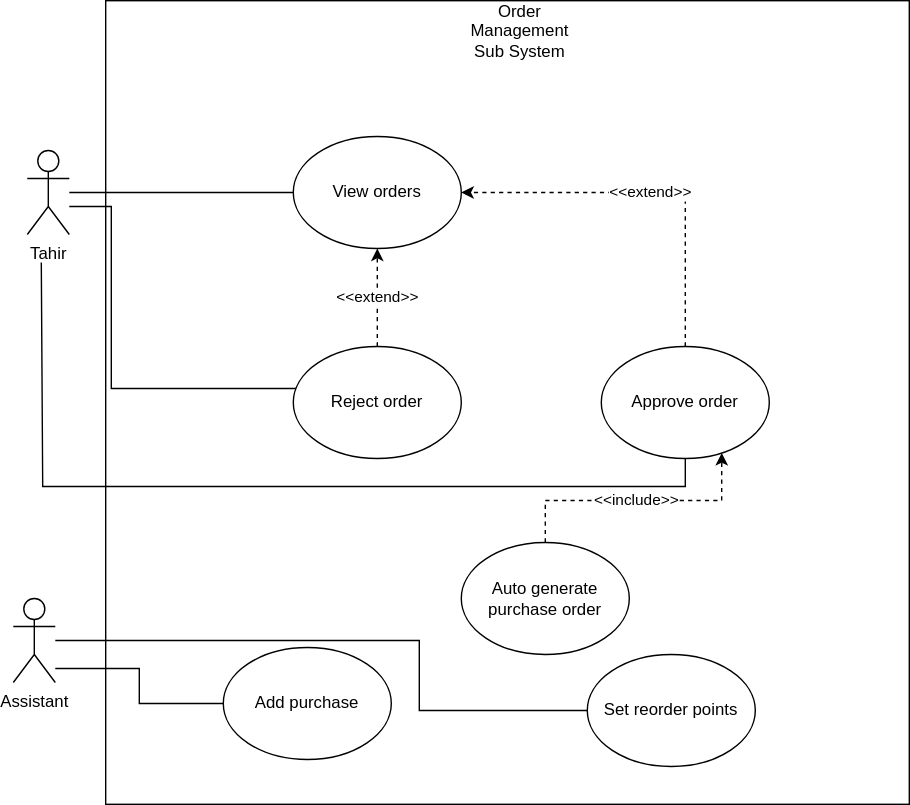
Simamkele88/IFM3_GP keeps this draw.io diagram as order.svg. Above is the earlier version. Source tidied: cells renumbered, new cells last; positions are measured from the earlier drawing's top-left corner, leaving out a move shared by most shapes.
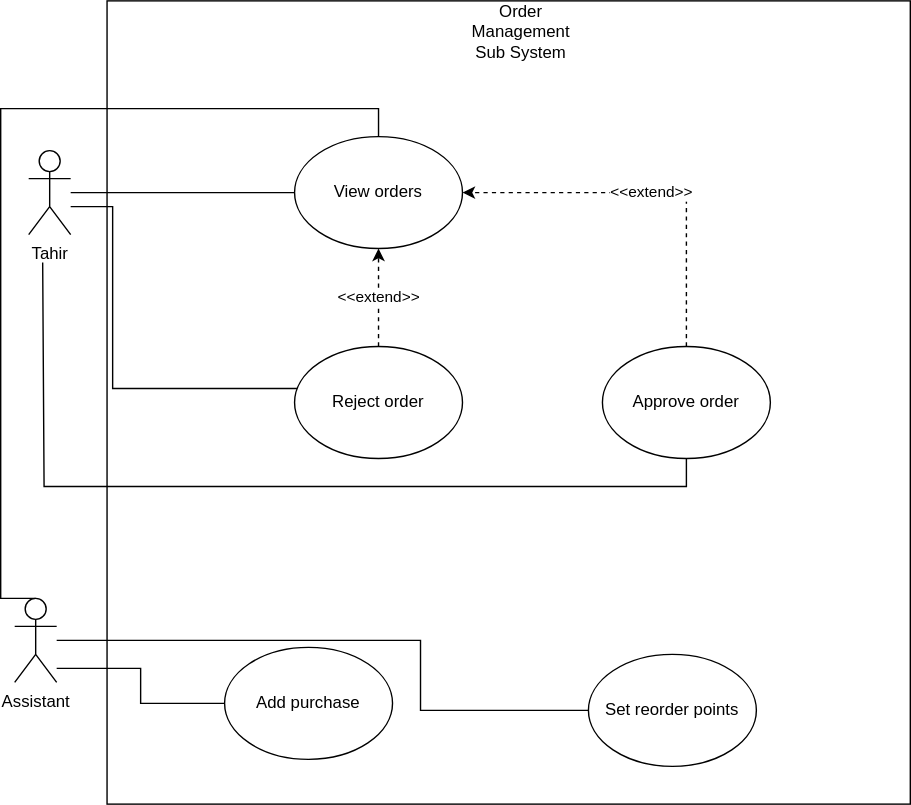
After the commit.

Change to the diagram source:
```diff
@@ -41,9 +41,6 @@
     <mxCell id="9" value="Approve order" style="ellipse;whiteSpace=wrap;html=1;" parent="1" vertex="1">
       <mxGeometry x="420" y="247" width="120" height="80" as="geometry" />
     </mxCell>
-    <mxCell id="10" value="Auto generate purchase order" style="ellipse;whiteSpace=wrap;html=1;" parent="1" vertex="1">
-      <mxGeometry x="320" y="387" width="120" height="80" as="geometry" />
-    </mxCell>
     <mxCell id="11" value="Order Management Sub System" style="text;html=1;align=center;verticalAlign=middle;whiteSpace=wrap;rounded=0;" parent="1" vertex="1">
       <mxGeometry x="332" y="7" width="60" height="30" as="geometry" />
     </mxCell>
@@ -53,9 +50,6 @@
     <mxCell id="13" value="Tahir" style="shape=umlActor;verticalLabelPosition=bottom;verticalAlign=top;html=1;outlineConnect=0;" parent="1" vertex="1">
       <mxGeometry x="10" y="107" width="30" height="60" as="geometry" />
     </mxCell>
-    <mxCell id="14" value="&amp;lt;&amp;lt;include&amp;gt;&amp;gt;" style="edgeStyle=orthogonalEdgeStyle;rounded=0;jettySize=auto;html=1;entryX=0.717;entryY=0.95;entryDx=0;entryDy=0;entryPerimeter=0;dashed=1;" parent="1" edge="1" source="10" target="9">
-      <mxGeometry relative="1" as="geometry" />
-    </mxCell>
     <mxCell id="15" style="edgeStyle=orthogonalEdgeStyle;rounded=0;jettySize=auto;html=1;entryX=0;entryY=0.5;entryDx=0;entryDy=0;endArrow=none;startFill=0;" parent="1" edge="1" source="17" target="19">
       <mxGeometry relative="1" as="geometry">
         <Array as="points">
@@ -72,6 +66,15 @@
         </Array>
       </mxGeometry>
     </mxCell>
+    <mxCell id="20" style="edgeStyle=orthogonalEdgeStyle;rounded=0;jettySize=auto;html=1;exitX=0.5;exitY=0;exitDx=0;exitDy=0;exitPerimeter=0;entryX=0.5;entryY=0;entryDx=0;entryDy=0;endArrow=none;startFill=0;" parent="1" edge="1" source="17" target="3">
+      <mxGeometry relative="1" as="geometry">
+        <Array as="points">
+          <mxPoint x="-10" y="427" />
+          <mxPoint x="-10" y="77" />
+          <mxPoint x="260" y="77" />
+        </Array>
+      </mxGeometry>
+    </mxCell>
     <mxCell id="17" value="Assistant" style="shape=umlActor;verticalLabelPosition=bottom;verticalAlign=top;html=1;outlineConnect=0;" parent="1" vertex="1">
       <mxGeometry y="427" width="30" height="60" as="geometry" />
     </mxCell>
```
